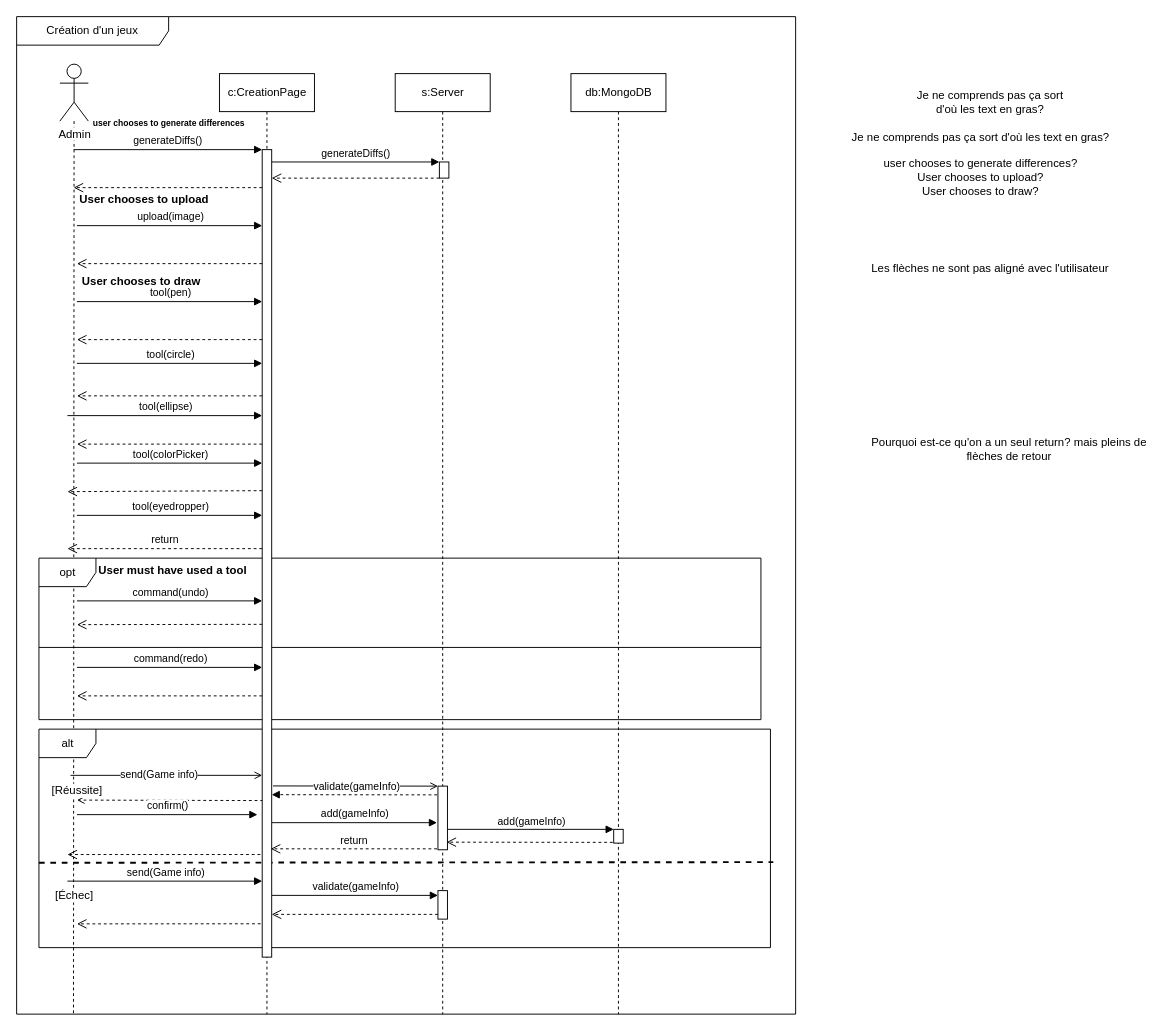
Before: page "diagramme_seq_creation" (6 of 10) of doc/diagrammes.drawio in margielamob/Cherches-Trouves-Gagnes, a draw.io diagram. Source tidied: cells renumbered, new cells numbered last; positions are measured from the earlier drawing's top-left corner, leaving out a move shared by most shapes. Both pictures are drawn from the tidied source at 95%, with x=0, y=0 at pixel (16, 16).
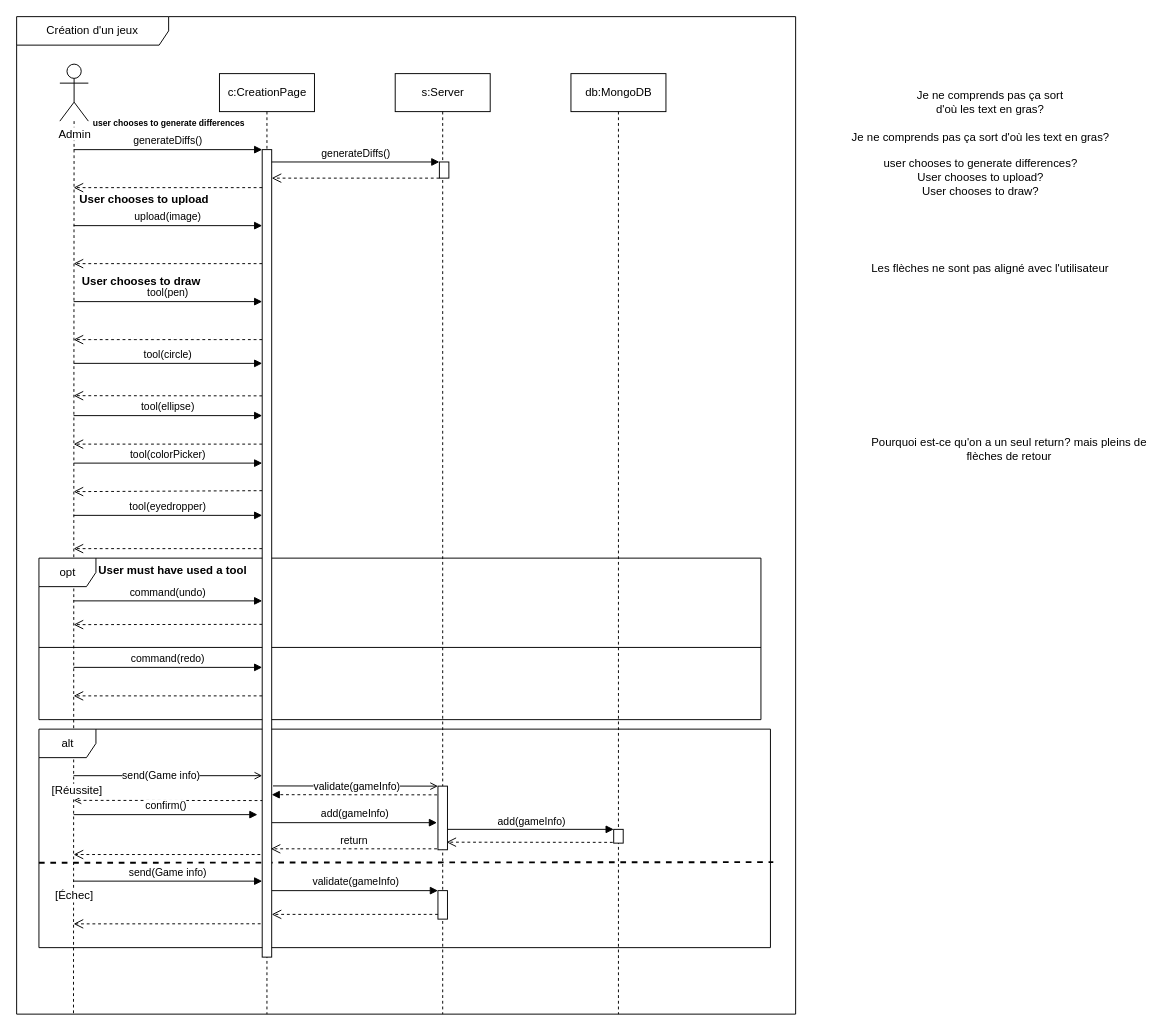
The same page after the edit.

Unchanged cells that the change refers to:
```xml
<mxCell id="2" value="Création d'un jeux" style="shape=umlFrame;whiteSpace=wrap;html=1;width=160;" parent="1" vertex="1">
  <mxGeometry width="820" height="1050" as="geometry" />
</mxCell>
<mxCell id="31" value="[Réussite]" style="text;html=1;strokeColor=none;fillColor=none;align=center;verticalAlign=middle;whiteSpace=wrap;rounded=0;labelBackgroundColor=default;" parent="2" vertex="1">
  <mxGeometry x="33.5" y="800" width="60" height="30" as="geometry" />
</mxCell>
<mxCell id="39" style="html=1;points=[[0,0,0,0,5],[0,1,0,0,-5],[1,0,0,0,5],[1,1,0,0,-5]];perimeter=orthogonalPerimeter;outlineConnect=0;targetShapes=umlLifeline;portConstraint=eastwest;newEdgeStyle={&quot;curved&quot;:0,&quot;rounded&quot;:0};" parent="2" vertex="1">
  <mxGeometry x="443.5" y="920" width="10" height="30" as="geometry" />
</mxCell>
<mxCell id="45" style="html=1;points=[[0,0,0,0,5],[0,1,0,0,-5],[1,0,0,0,5],[1,1,0,0,-5]];perimeter=orthogonalPerimeter;outlineConnect=0;targetShapes=umlLifeline;portConstraint=eastwest;newEdgeStyle={&quot;curved&quot;:0,&quot;rounded&quot;:0};" parent="2" vertex="1">
  <mxGeometry x="258.5" y="140" width="10" height="850" as="geometry" />
</mxCell>
```

Diff of the diagram source:
```diff
@@
     <mxCell id="14" value="upload(image)" style="html=1;verticalAlign=bottom;endArrow=block;curved=0;rounded=0;" parent="2" edge="1" target="45">
       <mxGeometry relative="1" as="geometry">
-        <mxPoint x="63.5" y="220" as="sourcePoint" />
+        <mxPoint x="60" y="220" as="sourcePoint" />
       </mxGeometry>
     </mxCell>
@@
     <mxCell id="16" style="html=1;verticalAlign=bottom;endArrow=open;dashed=1;endSize=8;curved=0;rounded=0;exitX=0;exitY=1;exitDx=0;exitDy=-5;" parent="2" edge="1">
       <mxGeometry relative="1" as="geometry">
         <mxPoint x="258.5" y="399.2" as="sourcePoint" />
-        <mxPoint x="63.5" y="399.2" as="targetPoint" />
+        <mxPoint x="60" y="399" as="targetPoint" />
       </mxGeometry>
     </mxCell>
     <mxCell id="17" style="html=1;verticalAlign=bottom;endArrow=open;dashed=1;endSize=8;curved=0;rounded=0;exitX=0;exitY=1;exitDx=0;exitDy=-5;" parent="2" edge="1">
       <mxGeometry relative="1" as="geometry">
         <mxPoint x="258.5" y="450" as="sourcePoint" />
-        <mxPoint x="63.5" y="450" as="targetPoint" />
+        <mxPoint x="60" y="450" as="targetPoint" />
       </mxGeometry>
     </mxCell>
     <mxCell id="18" style="html=1;verticalAlign=bottom;endArrow=open;dashed=1;endSize=8;curved=0;rounded=0;exitX=0;exitY=1;exitDx=0;exitDy=-5;" parent="2" edge="1">
       <mxGeometry relative="1" as="geometry">
         <mxPoint x="258.5" y="499" as="sourcePoint" />
-        <mxPoint x="53.5" y="500" as="targetPoint" />
+        <mxPoint x="60" y="500" as="targetPoint" />
       </mxGeometry>
     </mxCell>
-    <mxCell id="19" value="return" style="html=1;verticalAlign=bottom;endArrow=open;dashed=1;endSize=8;curved=0;rounded=0;exitX=0;exitY=1;exitDx=0;exitDy=-5;" parent="2" edge="1">
+    <mxCell id="19" style="html=1;verticalAlign=bottom;endArrow=open;dashed=1;endSize=8;curved=0;rounded=0;exitX=0;exitY=1;exitDx=0;exitDy=-5;" parent="2" edge="1">
       <mxGeometry relative="1" as="geometry">
         <mxPoint x="258.5" y="560" as="sourcePoint" />
-        <mxPoint x="53.5" y="560" as="targetPoint" />
+        <mxPoint x="60" y="560" as="targetPoint" />
       </mxGeometry>
     </mxCell>
@@
     <mxCell id="21" style="html=1;verticalAlign=bottom;endArrow=open;dashed=1;endSize=8;curved=0;rounded=0;exitX=0;exitY=1;exitDx=0;exitDy=-5;" parent="2" edge="1">
       <mxGeometry relative="1" as="geometry">
         <mxPoint x="258.5" y="639.7" as="sourcePoint" />
-        <mxPoint x="63.5" y="640" as="targetPoint" />
+        <mxPoint x="60" y="640" as="targetPoint" />
       </mxGeometry>
     </mxCell>
@@
-    <mxCell id="23" style="html=1;verticalAlign=bottom;startArrow=none;endArrow=open;endFill=0;rounded=0;exitX=0.387;exitY=-0.045;exitDx=0;exitDy=0;exitPerimeter=0;" parent="2" edge="1" source="31" target="45">
-      <mxGeometry relative="1" as="geometry" />
+    <mxCell id="23" style="html=1;verticalAlign=bottom;startArrow=none;endArrow=open;endFill=0;rounded=0;" parent="2" edge="1" target="45">
+      <mxGeometry relative="1" as="geometry">
+        <mxPoint x="60" y="799" as="sourcePoint" />
+      </mxGeometry>
     </mxCell>
@@
     <mxCell id="26" style="html=1;verticalAlign=bottom;labelBackgroundColor=none;endArrow=open;endFill=0;dashed=1;rounded=0;exitX=-0.01;exitY=0.826;exitDx=0;exitDy=0;exitPerimeter=0;" parent="2" edge="1">
       <mxGeometry relative="1" as="geometry">
         <mxPoint x="259.5" y="825.2" as="sourcePoint" />
-        <mxPoint x="63.5" y="824.7" as="targetPoint" />
+        <mxPoint x="60" y="825" as="targetPoint" />
       </mxGeometry>
     </mxCell>
@@
-    <mxCell id="29" value="send(Game info)" style="html=1;verticalAlign=bottom;endArrow=block;curved=0;rounded=0;exitX=0.5;exitY=0;exitDx=0;exitDy=0;" parent="2" edge="1" target="45">
+    <mxCell id="29" value="send(Game info)" style="html=1;verticalAlign=bottom;endArrow=block;curved=0;rounded=0;" parent="2" edge="1" target="45">
       <mxGeometry relative="1" as="geometry">
-        <mxPoint x="53.5" y="910" as="sourcePoint" />
+        <mxPoint x="60" y="910" as="sourcePoint" />
       </mxGeometry>
     </mxCell>
     <mxCell id="30" style="html=1;verticalAlign=bottom;endArrow=open;dashed=1;endSize=8;curved=0;rounded=0;" parent="2" edge="1">
       <mxGeometry relative="1" as="geometry">
         <mxPoint x="256.8" y="954.9" as="sourcePoint" />
-        <mxPoint x="63.5" y="955" as="targetPoint" />
+        <mxPoint x="60" y="955" as="targetPoint" />
       </mxGeometry>
     </mxCell>
@@
     <mxCell id="36" value="confirm()" style="html=1;verticalAlign=bottom;endArrow=block;curved=0;rounded=0;" parent="2" edge="1">
       <mxGeometry relative="1" as="geometry">
-        <mxPoint x="63.5" y="840" as="sourcePoint" />
+        <mxPoint x="60" y="840" as="sourcePoint" />
         <mxPoint x="253.5" y="840" as="targetPoint" />
       </mxGeometry>
     </mxCell>
@@
-    <mxCell id="40" value="validate(gameInfo)" style="html=1;verticalAlign=bottom;endArrow=block;curved=0;rounded=0;entryX=0;entryY=0;entryDx=0;entryDy=5;" parent="2" edge="1" source="45" target="39">
+    <mxCell id="40" value="validate(gameInfo)" style="html=1;verticalAlign=bottom;endArrow=block;curved=0;rounded=0;" parent="2" edge="1" source="45" target="39">
       <mxGeometry relative="1" as="geometry" />
     </mxCell>
@@
     <mxCell id="42" style="html=1;verticalAlign=bottom;endArrow=open;dashed=1;endSize=8;curved=0;rounded=0;" parent="2" edge="1" source="45">
       <mxGeometry relative="1" as="geometry">
-        <mxPoint x="63.5" y="260" as="targetPoint" />
+        <mxPoint x="60" y="260" as="targetPoint" />
       </mxGeometry>
     </mxCell>
     <mxCell id="43" value="tool(pen)" style="html=1;verticalAlign=bottom;endArrow=block;curved=0;rounded=0;" parent="2" edge="1">
       <mxGeometry relative="1" as="geometry">
-        <mxPoint x="63.5" y="300" as="sourcePoint" />
+        <mxPoint x="60" y="300" as="sourcePoint" />
         <mxPoint x="258.5" y="300" as="targetPoint" />
       </mxGeometry>
     </mxCell>
     <mxCell id="44" style="html=1;verticalAlign=bottom;endArrow=open;dashed=1;endSize=8;curved=0;rounded=0;" parent="2" edge="1">
       <mxGeometry relative="1" as="geometry">
         <mxPoint x="258.5" y="340" as="sourcePoint" />
-        <mxPoint x="63.5" y="340" as="targetPoint" />
+        <mxPoint x="60" y="340" as="targetPoint" />
       </mxGeometry>
     </mxCell>
@@
     <mxCell id="46" value="tool(circle)" style="html=1;verticalAlign=bottom;endArrow=block;curved=0;rounded=0;entryX=0;entryY=0;entryDx=0;entryDy=5;" parent="2" edge="1">
       <mxGeometry relative="1" as="geometry">
-        <mxPoint x="63.5" y="365" as="sourcePoint" />
+        <mxPoint x="60" y="365" as="sourcePoint" />
         <mxPoint x="258.5" y="365" as="targetPoint" />
       </mxGeometry>
     </mxCell>
     <mxCell id="47" value="tool(ellipse)" style="html=1;verticalAlign=bottom;endArrow=block;curved=0;rounded=0;" parent="2" edge="1" target="45">
       <mxGeometry relative="1" as="geometry">
-        <mxPoint x="53.5" y="420" as="sourcePoint" />
+        <mxPoint x="60" y="420" as="sourcePoint" />
       </mxGeometry>
     </mxCell>
     <mxCell id="48" value="tool(colorPicker)" style="html=1;verticalAlign=bottom;endArrow=block;curved=0;rounded=0;entryX=0;entryY=0;entryDx=0;entryDy=0;entryPerimeter=0;" parent="2" edge="1">
       <mxGeometry relative="1" as="geometry">
-        <mxPoint x="63.5" y="470" as="sourcePoint" />
+        <mxPoint x="60" y="470" as="sourcePoint" />
         <mxPoint x="258.5" y="470" as="targetPoint" />
       </mxGeometry>
     </mxCell>
     <mxCell id="49" value="tool(eyedropper)" style="html=1;verticalAlign=bottom;endArrow=block;curved=0;rounded=0;entryX=0;entryY=0;entryDx=0;entryDy=5;" parent="2" edge="1">
       <mxGeometry relative="1" as="geometry">
-        <mxPoint x="63.5" y="525" as="sourcePoint" />
+        <mxPoint x="60" y="525" as="sourcePoint" />
         <mxPoint x="258.5" y="525" as="targetPoint" />
       </mxGeometry>
     </mxCell>
     <mxCell id="50" value="command(undo)" style="html=1;verticalAlign=bottom;endArrow=block;curved=0;rounded=0;entryX=0;entryY=0;entryDx=0;entryDy=5;" parent="2" edge="1">
       <mxGeometry relative="1" as="geometry">
-        <mxPoint x="63.5" y="615" as="sourcePoint" />
+        <mxPoint x="60" y="615" as="sourcePoint" />
         <mxPoint x="258.5" y="615" as="targetPoint" />
       </mxGeometry>
     </mxCell>
     <mxCell id="51" value="command(redo)" style="html=1;verticalAlign=bottom;endArrow=block;curved=0;rounded=0;entryX=0;entryY=0;entryDx=0;entryDy=5;" parent="2" edge="1">
       <mxGeometry relative="1" as="geometry">
-        <mxPoint x="63.5" y="685" as="sourcePoint" />
+        <mxPoint x="60" y="685" as="sourcePoint" />
         <mxPoint x="258.5" y="685" as="targetPoint" />
       </mxGeometry>
     </mxCell>
     <mxCell id="52" style="html=1;verticalAlign=bottom;endArrow=open;dashed=1;endSize=8;curved=0;rounded=0;exitX=0;exitY=1;exitDx=0;exitDy=-5;" parent="2" edge="1">
       <mxGeometry relative="1" as="geometry">
         <mxPoint x="258.5" y="715" as="sourcePoint" />
-        <mxPoint x="63.5" y="715" as="targetPoint" />
+        <mxPoint x="60" y="715" as="targetPoint" />
       </mxGeometry>
     </mxCell>
@@
     <mxCell id="58" style="html=1;verticalAlign=bottom;endArrow=open;dashed=1;endSize=8;curved=0;rounded=0;exitX=0;exitY=1;exitDx=0;exitDy=-5;" parent="1" edge="1">
       <mxGeometry relative="1" as="geometry">
         <mxPoint x="256.5" y="882" as="sourcePoint" />
-        <mxPoint x="53.5" y="882" as="targetPoint" />
+        <mxPoint x="60" y="882" as="targetPoint" />
       </mxGeometry>
     </mxCell>
```
